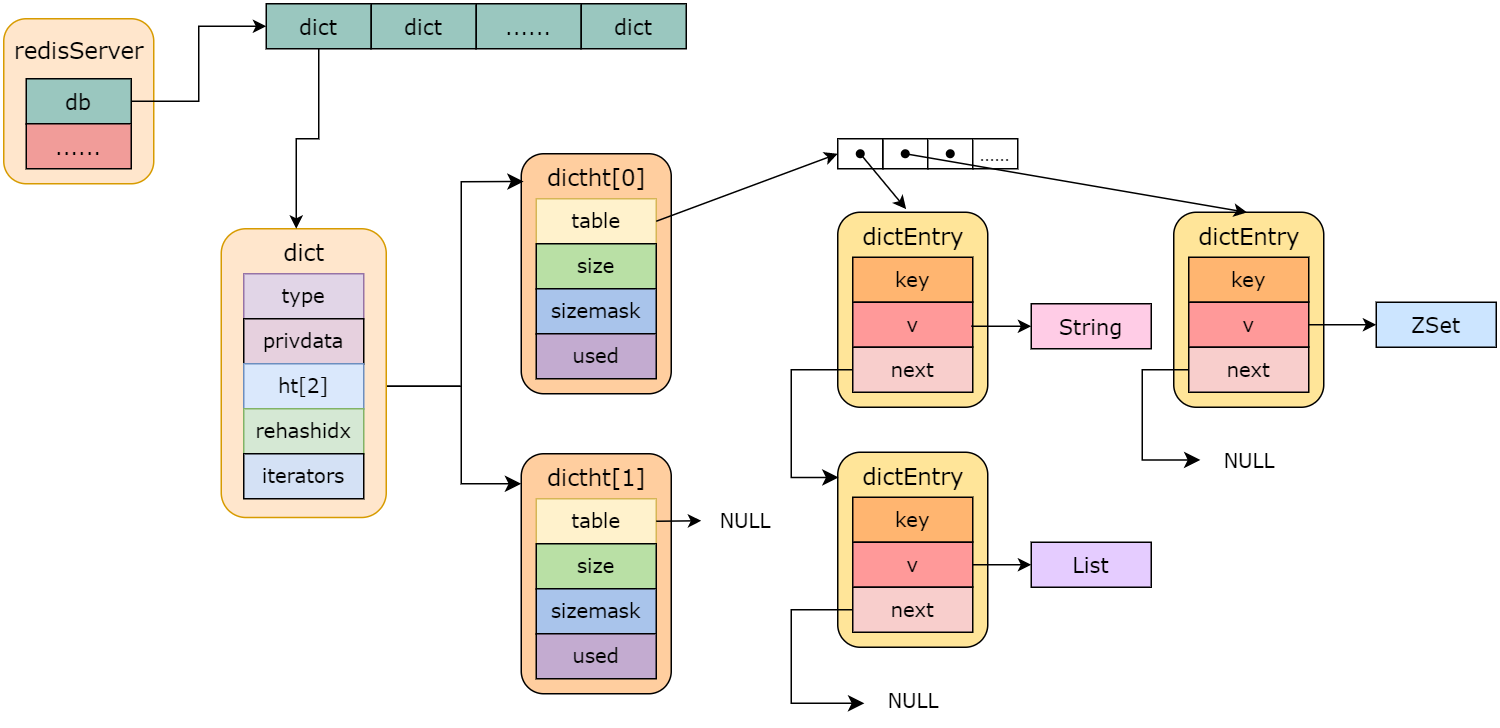
This is redis/Redis服务总体结构图.drawio.png from guxdong/imgrepo, a draw.io export, as it was before one commit. Source tidied: cells renumbered, new cells last; positions are measured from the earlier drawing's top-left corner, leaving out a move shared by most shapes.
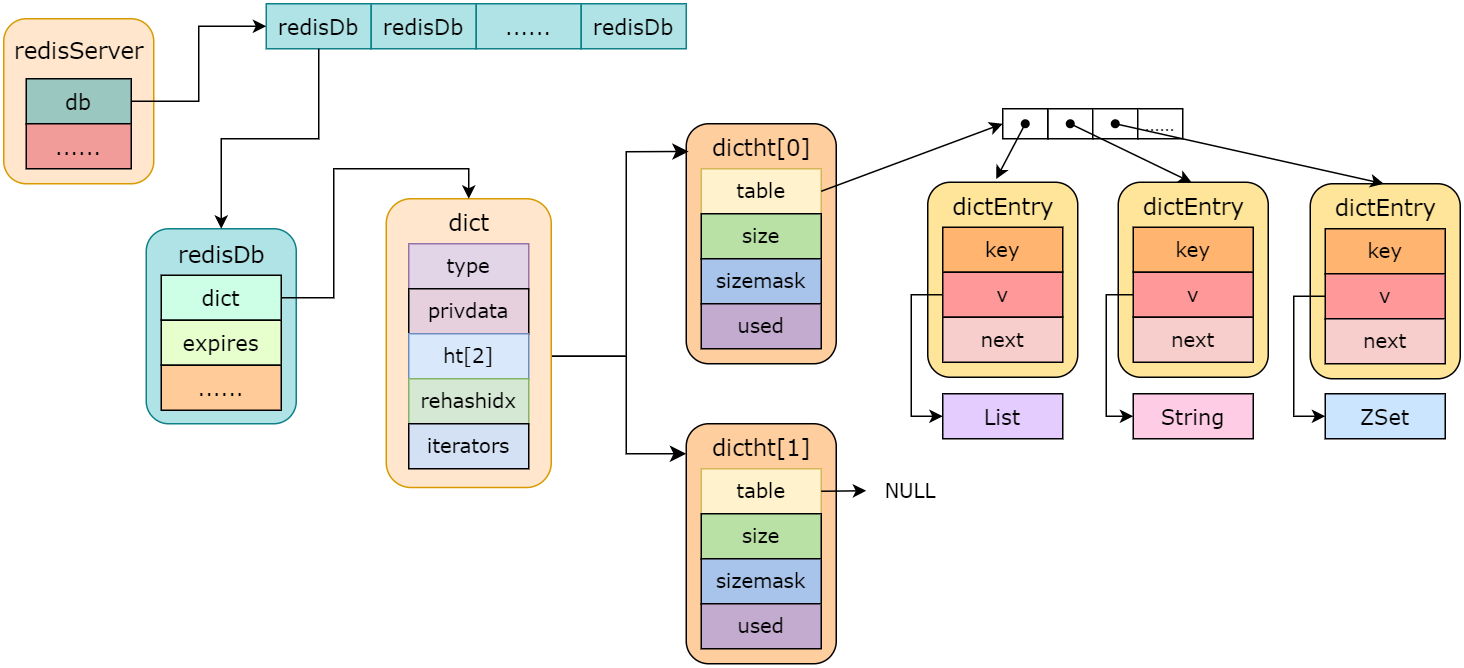
Later version of the same file.

Commit message:
更新Redis服务总体结构图.drawio.png

What changed in the source:
```diff
@@ -2,20 +2,20 @@
   <root>
     <mxCell id="0" />
     <mxCell id="1" parent="0" />
-    <mxCell id="2" value="&lt;font style=&quot;font-size: 14px&quot; face=&quot;Verdana&quot;&gt;dict&lt;/font&gt;" style="rounded=0;whiteSpace=wrap;html=1;fillColor=#9AC7BF;" parent="1" vertex="1">
+    <mxCell id="2" value="&lt;font style=&quot;font-size: 14px&quot; face=&quot;Verdana&quot;&gt;redisDb&lt;/font&gt;" style="rounded=0;whiteSpace=wrap;html=1;fillColor=#b0e3e6;strokeColor=#0e8088;" parent="1" vertex="1">
       <mxGeometry x="175" width="70" height="30" as="geometry" />
     </mxCell>
-    <mxCell id="3" value="&lt;font style=&quot;font-size: 14px&quot; face=&quot;Verdana&quot;&gt;dict&lt;/font&gt;" style="rounded=0;whiteSpace=wrap;html=1;fillColor=#9AC7BF;" parent="1" vertex="1">
+    <mxCell id="3" value="&lt;span style=&quot;font-family: &amp;#34;verdana&amp;#34; ; font-size: 14px&quot;&gt;redisDb&lt;/span&gt;" style="rounded=0;whiteSpace=wrap;html=1;fillColor=#b0e3e6;strokeColor=#0e8088;" parent="1" vertex="1">
       <mxGeometry x="245" width="70" height="30" as="geometry" />
     </mxCell>
-    <mxCell id="4" value="&lt;font style=&quot;font-size: 14px&quot; face=&quot;Verdana&quot;&gt;......&lt;/font&gt;" style="rounded=0;whiteSpace=wrap;html=1;fillColor=#9AC7BF;" parent="1" vertex="1">
+    <mxCell id="4" value="&lt;font style=&quot;font-size: 14px&quot; face=&quot;Verdana&quot;&gt;......&lt;/font&gt;" style="rounded=0;whiteSpace=wrap;html=1;fillColor=#b0e3e6;strokeColor=#0e8088;" parent="1" vertex="1">
       <mxGeometry x="315" width="70" height="30" as="geometry" />
     </mxCell>
-    <mxCell id="5" value="&lt;font style=&quot;font-size: 14px&quot; face=&quot;Verdana&quot;&gt;dict&lt;/font&gt;" style="rounded=0;whiteSpace=wrap;html=1;fillColor=#9AC7BF;" parent="1" vertex="1">
+    <mxCell id="5" value="&lt;span style=&quot;font-family: &amp;#34;verdana&amp;#34; ; font-size: 14px&quot;&gt;redisDb&lt;/span&gt;" style="rounded=0;whiteSpace=wrap;html=1;fillColor=#b0e3e6;strokeColor=#0e8088;" parent="1" vertex="1">
       <mxGeometry x="385" width="70" height="30" as="geometry" />
     </mxCell>
     <mxCell id="6" style="group;" parent="1" vertex="1">
-      <mxGeometry x="345" y="100" width="100" height="160" as="geometry" />
+      <mxGeometry x="455" y="80" width="100" height="160" as="geometry" />
     </mxCell>
     <mxCell id="7" style="rounded=1;whiteSpace=wrap;html=1;fillColor=#FFCE9F;" parent="6" vertex="1">
       <mxGeometry width="100" height="160" as="geometry" />
@@ -36,7 +36,7 @@
       <mxGeometry x="5" width="90" height="30" as="geometry" />
     </mxCell>
     <mxCell id="13" style="group;" parent="1" vertex="1">
-      <mxGeometry x="345" y="300" width="100" height="160" as="geometry" />
+      <mxGeometry x="455" y="280" width="100" height="160" as="geometry" />
     </mxCell>
     <mxCell id="14" style="rounded=1;whiteSpace=wrap;html=1;fillColor=#FFCE9F;" parent="13" vertex="1">
       <mxGeometry width="100" height="160" as="geometry" />
@@ -59,22 +59,22 @@
     <mxCell id="20" style="edgeStyle=segmentEdgeStyle;endArrow=classic;html=1;curved=0;rounded=0;endSize=8;startSize=8;exitX=1;exitY=0.5;exitDx=0;exitDy=0;entryX=0.016;entryY=0.116;entryDx=0;entryDy=0;entryPerimeter=0;" parent="1" edge="1" source="26" target="7">
       <mxGeometry relative="1" as="geometry">
         <Array as="points">
-          <mxPoint x="305" y="255" />
-          <mxPoint x="305" y="119" />
+          <mxPoint x="415" y="235" />
+          <mxPoint x="415" y="99" />
         </Array>
       </mxGeometry>
     </mxCell>
     <mxCell id="21" style="edgeStyle=segmentEdgeStyle;endArrow=classic;html=1;curved=0;rounded=0;endSize=8;startSize=8;exitX=1;exitY=0.5;exitDx=0;exitDy=0;" parent="1" edge="1" source="26">
       <mxGeometry relative="1" as="geometry">
-        <mxPoint x="345" y="320" as="targetPoint" />
+        <mxPoint x="455" y="300" as="targetPoint" />
         <Array as="points">
-          <mxPoint x="305" y="255" />
-          <mxPoint x="305" y="320" />
+          <mxPoint x="415" y="235" />
+          <mxPoint x="415" y="300" />
         </Array>
       </mxGeometry>
     </mxCell>
     <mxCell id="22" style="group;" parent="1" vertex="1">
-      <mxGeometry x="145" y="150" width="110" height="192.5" as="geometry" />
+      <mxGeometry x="255" y="130" width="110" height="192.5" as="geometry" />
     </mxCell>
     <mxCell id="23" style="rounded=1;whiteSpace=wrap;html=1;fillColor=#ffe6cc;strokeColor=#d79b00;" parent="22" vertex="1">
       <mxGeometry width="110" height="192.5" as="geometry" />
@@ -98,7 +98,7 @@
       <mxGeometry x="30" width="50" height="30" as="geometry" />
     </mxCell>
     <mxCell id="30" style="group;" parent="1" vertex="1">
-      <mxGeometry x="556" y="139" width="100" height="130" as="geometry" />
+      <mxGeometry x="616" y="119" width="100" height="130" as="geometry" />
     </mxCell>
     <mxCell id="31" style="rounded=1;whiteSpace=wrap;html=1;fillColor=#FFE599;" parent="30" vertex="1">
       <mxGeometry width="100" height="130" as="geometry" />
@@ -116,7 +116,7 @@
       <mxGeometry x="5" width="90" height="30" as="geometry" />
     </mxCell>
     <mxCell id="36" style="group;" parent="1" vertex="1">
-      <mxGeometry x="556" y="299" width="100" height="130" as="geometry" />
+      <mxGeometry x="871" y="120" width="100" height="130" as="geometry" />
     </mxCell>
     <mxCell id="37" style="rounded=1;whiteSpace=wrap;html=1;fillColor=#FFE599;" parent="36" vertex="1">
       <mxGeometry width="100" height="130" as="geometry" />
@@ -134,7 +134,7 @@
       <mxGeometry x="5" width="90" height="30" as="geometry" />
     </mxCell>
     <mxCell id="42" style="group;" parent="1" vertex="1">
-      <mxGeometry x="780" y="139" width="100" height="130" as="geometry" />
+      <mxGeometry x="743" y="119" width="100" height="130" as="geometry" />
     </mxCell>
     <mxCell id="43" style="rounded=1;whiteSpace=wrap;html=1;fillColor=#FFE599;" parent="42" vertex="1">
       <mxGeometry width="100" height="130" as="geometry" />
@@ -151,27 +151,8 @@
     <mxCell id="47" value="&lt;font style=&quot;font-size: 15px;&quot; face=&quot;Verdana&quot;&gt;dictEntry&lt;/font&gt;" style="text;html=1;align=center;verticalAlign=middle;points=[];strokeColor=none;fillColor=none;" parent="42" vertex="1">
       <mxGeometry x="5" width="90" height="30" as="geometry" />
     </mxCell>
-    <mxCell id="48" style="edgeStyle=segmentEdgeStyle;endArrow=classic;html=1;curved=0;rounded=0;endSize=8;startSize=8;entryX=0.006;entryY=0.129;entryDx=0;entryDy=0;entryPerimeter=0;exitX=0;exitY=0.5;exitDx=0;exitDy=0;" parent="1" edge="1" source="34" target="37">
-      <mxGeometry relative="1" as="geometry">
-        <Array as="points">
-          <mxPoint x="525" y="244" />
-          <mxPoint x="525" y="316" />
-        </Array>
-      </mxGeometry>
-    </mxCell>
-    <mxCell id="49" value="&lt;font style=&quot;font-size: 13px;&quot; face=&quot;Verdana&quot;&gt;NULL&lt;/font&gt;" style="text;html=1;align=center;verticalAlign=middle;points=[];strokeColor=none;fillColor=none;" parent="1" vertex="1">
-      <mxGeometry x="576" y="450" width="60" height="30" as="geometry" />
-    </mxCell>
-    <mxCell id="50" style="edgeStyle=segmentEdgeStyle;endArrow=classic;html=1;curved=0;rounded=0;endSize=8;startSize=8;entryX=-0.037;entryY=0.545;entryDx=0;entryDy=0;entryPerimeter=0;exitX=0;exitY=0.5;exitDx=0;exitDy=0;" parent="1" edge="1" source="40" target="49">
-      <mxGeometry relative="1" as="geometry">
-        <Array as="points">
-          <mxPoint x="525" y="404" />
-          <mxPoint x="525" y="466" />
-        </Array>
-      </mxGeometry>
-    </mxCell>
     <mxCell id="51" style="group;" parent="1" vertex="1">
-      <mxGeometry x="556" y="90" width="120" height="20" as="geometry" />
+      <mxGeometry x="666" y="70" width="120" height="20" as="geometry" />
     </mxCell>
     <mxCell id="52" style="rounded=0;whiteSpace=wrap;html=1;" parent="51" vertex="1">
       <mxGeometry x="30" width="30" height="20" as="geometry" />
@@ -200,46 +181,24 @@
     <mxCell id="60" style="endArrow=classic;html=1;rounded=0;entryX=0.451;entryY=-0.07;entryDx=0;entryDy=0;entryPerimeter=0;" parent="1" edge="1" source="56" target="35">
       <mxGeometry relative="1" as="geometry" />
     </mxCell>
-    <mxCell id="61" value="&lt;font style=&quot;font-size: 13px;&quot; face=&quot;Verdana&quot;&gt;NULL&lt;/font&gt;" style="text;html=1;align=center;verticalAlign=middle;points=[];strokeColor=none;fillColor=none;" parent="1" vertex="1">
-      <mxGeometry x="800" y="290" width="60" height="30" as="geometry" />
-    </mxCell>
-    <mxCell id="62" style="edgeStyle=segmentEdgeStyle;endArrow=classic;html=1;curved=0;rounded=0;endSize=8;startSize=8;entryX=-0.037;entryY=0.471;entryDx=0;entryDy=0;entryPerimeter=0;exitX=0;exitY=0.5;exitDx=0;exitDy=0;" parent="1" edge="1" source="46" target="61">
-      <mxGeometry relative="1" as="geometry">
-        <Array as="points">
-          <mxPoint x="759" y="244" />
-          <mxPoint x="759" y="304" />
-        </Array>
-      </mxGeometry>
-    </mxCell>
     <mxCell id="63" style="endArrow=classic;html=1;rounded=0;entryX=0;entryY=0.5;entryDx=0;entryDy=0;exitX=1;exitY=0.5;exitDx=0;exitDy=0;" parent="1" edge="1" source="8" target="55">
       <mxGeometry relative="1" as="geometry" />
     </mxCell>
     <mxCell id="64" value="&lt;font style=&quot;font-size: 13px;&quot; face=&quot;Verdana&quot;&gt;NULL&lt;/font&gt;" style="text;html=1;align=center;verticalAlign=middle;points=[];strokeColor=none;fillColor=none;" parent="1" vertex="1">
-      <mxGeometry x="464" y="330" width="60" height="30" as="geometry" />
+      <mxGeometry x="574" y="310" width="60" height="30" as="geometry" />
     </mxCell>
     <mxCell id="65" style="endArrow=classic;html=1;rounded=0;entryX=0.017;entryY=0.489;entryDx=0;entryDy=0;entryPerimeter=0;exitX=1;exitY=0.5;exitDx=0;exitDy=0;" parent="1" edge="1" source="15" target="64">
       <mxGeometry relative="1" as="geometry" />
     </mxCell>
     <mxCell id="66" value="&lt;font face=&quot;Verdana&quot; style=&quot;font-size: 14px&quot;&gt;String&lt;/font&gt;" style="rounded=0;whiteSpace=wrap;html=1;fillColor=#FFCCE6;" parent="1" vertex="1">
-      <mxGeometry x="685" y="200" width="80" height="30" as="geometry" />
+      <mxGeometry x="753" y="260" width="80" height="30" as="geometry" />
     </mxCell>
     <mxCell id="67" value="&lt;font face=&quot;Verdana&quot; style=&quot;font-size: 14px&quot;&gt;ZSet&lt;/font&gt;" style="rounded=0;whiteSpace=wrap;html=1;fillColor=#CCE5FF;" parent="1" vertex="1">
-      <mxGeometry x="915" y="199" width="80" height="30" as="geometry" />
+      <mxGeometry x="881" y="260" width="80" height="30" as="geometry" />
     </mxCell>
     <mxCell id="68" value="&lt;font face=&quot;Verdana&quot; style=&quot;font-size: 14px&quot;&gt;List&lt;/font&gt;" style="rounded=0;whiteSpace=wrap;html=1;fillColor=#E5CCFF;" parent="1" vertex="1">
-      <mxGeometry x="685" y="359" width="80" height="30" as="geometry" />
+      <mxGeometry x="626" y="260" width="80" height="30" as="geometry" />
     </mxCell>
-    <mxCell id="69" style="endArrow=classic;html=1;rounded=0;entryX=0;entryY=0.5;entryDx=0;entryDy=0;" parent="1" edge="1" target="66">
-      <mxGeometry relative="1" as="geometry">
-        <mxPoint x="645" y="215" as="sourcePoint" />
-      </mxGeometry>
-    </mxCell>
-    <mxCell id="70" style="endArrow=classic;html=1;rounded=0;entryX=0;entryY=0.5;entryDx=0;entryDy=0;exitX=1;exitY=0.5;exitDx=0;exitDy=0;" parent="1" edge="1" source="45" target="67">
-      <mxGeometry relative="1" as="geometry" />
-    </mxCell>
-    <mxCell id="71" style="endArrow=classic;html=1;rounded=0;entryX=0;entryY=0.5;entryDx=0;entryDy=0;exitX=1;exitY=0.5;exitDx=0;exitDy=0;" parent="1" edge="1" source="39" target="68">
-      <mxGeometry relative="1" as="geometry" />
-    </mxCell>
     <mxCell id="72" style="group;" parent="1" vertex="1">
       <mxGeometry y="10" width="100" height="110" as="geometry" />
     </mxCell>
@@ -258,8 +217,62 @@
     <mxCell id="77" style="endArrow=classic;html=1;rounded=0;edgeStyle=orthogonalEdgeStyle;entryX=0;entryY=0.5;entryDx=0;entryDy=0;exitX=1;exitY=0.5;exitDx=0;exitDy=0;" parent="1" edge="1" source="74" target="2">
       <mxGeometry relative="1" as="geometry" />
     </mxCell>
-    <mxCell id="78" style="endArrow=classic;html=1;rounded=0;edgeStyle=orthogonalEdgeStyle;exitX=0.5;exitY=1;exitDx=0;exitDy=0;entryX=0.4;entryY=0;entryDx=0;entryDy=0;entryPerimeter=0;" parent="1" edge="1" source="2" target="29">
-      <mxGeometry relative="1" as="geometry" />
-    </mxCell>
+    <mxCell id="79" style="endArrow=classic;html=1;rounded=0;entryX=0.489;entryY=0;entryDx=0;entryDy=0;entryPerimeter=0;exitX=0.45;exitY=0.4;exitDx=0;exitDy=0;exitPerimeter=0;" parent="1" edge="1" source="58" target="41">
+      <mxGeometry relative="1" as="geometry" />
+    </mxCell>
+    <mxCell id="80" style="endArrow=classic;html=1;rounded=0;edgeStyle=orthogonalEdgeStyle;entryX=0;entryY=0.5;entryDx=0;entryDy=0;exitX=0;exitY=0.5;exitDx=0;exitDy=0;" parent="1" edge="1" source="33" target="68">
+      <mxGeometry relative="1" as="geometry">
+        <Array as="points">
+          <mxPoint x="605" y="194" />
+          <mxPoint x="605" y="275" />
+        </Array>
+      </mxGeometry>
+    </mxCell>
+    <mxCell id="81" style="endArrow=classic;html=1;rounded=0;edgeStyle=orthogonalEdgeStyle;entryX=0;entryY=0.5;entryDx=0;entryDy=0;exitX=0;exitY=0.5;exitDx=0;exitDy=0;" parent="1" edge="1" source="45" target="66">
+      <mxGeometry relative="1" as="geometry">
+        <Array as="points">
+          <mxPoint x="735" y="194" />
+          <mxPoint x="735" y="275" />
+        </Array>
+      </mxGeometry>
+    </mxCell>
+    <mxCell id="82" style="endArrow=classic;html=1;rounded=0;edgeStyle=orthogonalEdgeStyle;entryX=0;entryY=0.5;entryDx=0;entryDy=0;exitX=0;exitY=0.5;exitDx=0;exitDy=0;" parent="1" edge="1" source="39" target="67">
+      <mxGeometry relative="1" as="geometry">
+        <Array as="points">
+          <mxPoint x="860" y="195" />
+          <mxPoint x="860" y="275" />
+        </Array>
+      </mxGeometry>
+    </mxCell>
+    <mxCell id="83" style="group;" parent="1" vertex="1">
+      <mxGeometry x="95" y="150" width="100" height="130" as="geometry" />
+    </mxCell>
+    <mxCell id="84" style="rounded=1;whiteSpace=wrap;html=1;fillColor=#b0e3e6;strokeColor=#0e8088;" parent="83" vertex="1">
+      <mxGeometry width="100" height="130" as="geometry" />
+    </mxCell>
+    <mxCell id="85" value="&lt;font style=&quot;font-size: 14px&quot; face=&quot;Verdana&quot;&gt;dict&lt;/font&gt;" style="rounded=0;whiteSpace=wrap;html=1;fillColor=#CCFFE6;" parent="83" vertex="1">
+      <mxGeometry x="10" y="31" width="80" height="30" as="geometry" />
+    </mxCell>
+    <mxCell id="86" value="&lt;font style=&quot;font-size: 14px&quot; face=&quot;Verdana&quot;&gt;expires&lt;/font&gt;" style="rounded=0;whiteSpace=wrap;html=1;fillColor=#E6FFCC;" parent="83" vertex="1">
+      <mxGeometry x="10" y="61" width="80" height="30" as="geometry" />
+    </mxCell>
+    <mxCell id="87" value="&lt;font style=&quot;font-size: 14px&quot; face=&quot;Verdana&quot;&gt;......&lt;/font&gt;" style="rounded=0;whiteSpace=wrap;html=1;fillColor=#FFCC99;" parent="83" vertex="1">
+      <mxGeometry x="10" y="91" width="80" height="30" as="geometry" />
+    </mxCell>
+    <mxCell id="88" value="&lt;font style=&quot;font-size: 15px&quot; face=&quot;Verdana&quot;&gt;redisDb&lt;/font&gt;" style="text;html=1;align=center;verticalAlign=middle;strokeColor=none;fillColor=none;" parent="83" vertex="1">
+      <mxGeometry x="15" y="6" width="70" height="20" as="geometry" />
+    </mxCell>
+    <mxCell id="89" style="endArrow=classic;html=1;rounded=0;edgeStyle=orthogonalEdgeStyle;entryX=0.5;entryY=0;entryDx=0;entryDy=0;exitX=0.5;exitY=1;exitDx=0;exitDy=0;" parent="1" edge="1" source="2" target="84">
+      <mxGeometry relative="1" as="geometry" />
+    </mxCell>
+    <mxCell id="90" style="endArrow=classic;html=1;rounded=0;edgeStyle=orthogonalEdgeStyle;entryX=0.5;entryY=0;entryDx=0;entryDy=0;exitX=1;exitY=0.5;exitDx=0;exitDy=0;" parent="1" edge="1" source="85" target="23">
+      <mxGeometry relative="1" as="geometry">
+        <Array as="points">
+          <mxPoint x="220" y="196" />
+          <mxPoint x="220" y="110" />
+          <mxPoint x="310" y="110" />
+        </Array>
+      </mxGeometry>
+    </mxCell>
   </root>
 </mxGraphModel>
```
